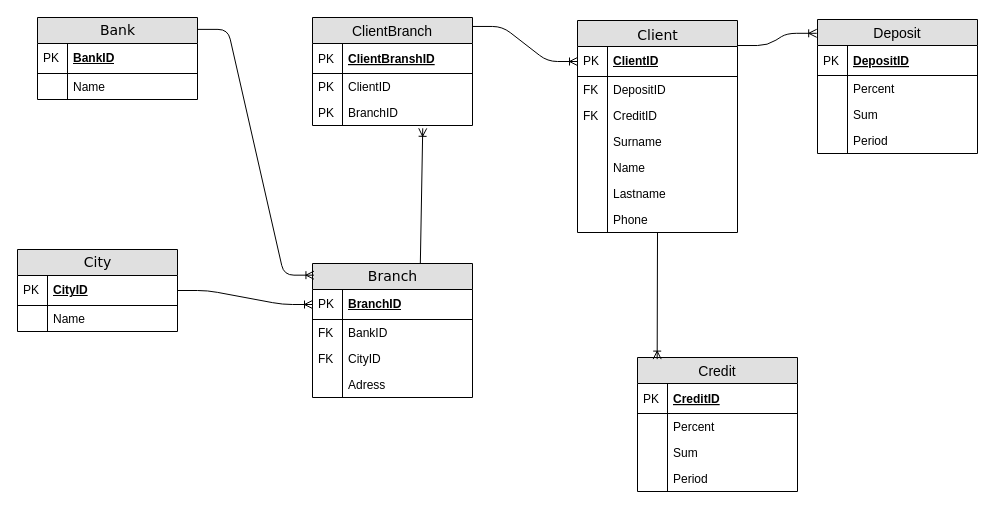
Earlier version of the draw.io diagram Untitled Diagram.drawio (duxa2089/entity-relationship-model). Source tidied: cells renumbered, new cells numbered last; positions are measured from the earlier drawing's top-left corner, leaving out a move shared by most shapes. Both pictures are drawn from the tidied source at 100%, with x=0, y=0 at pixel (17, 17).
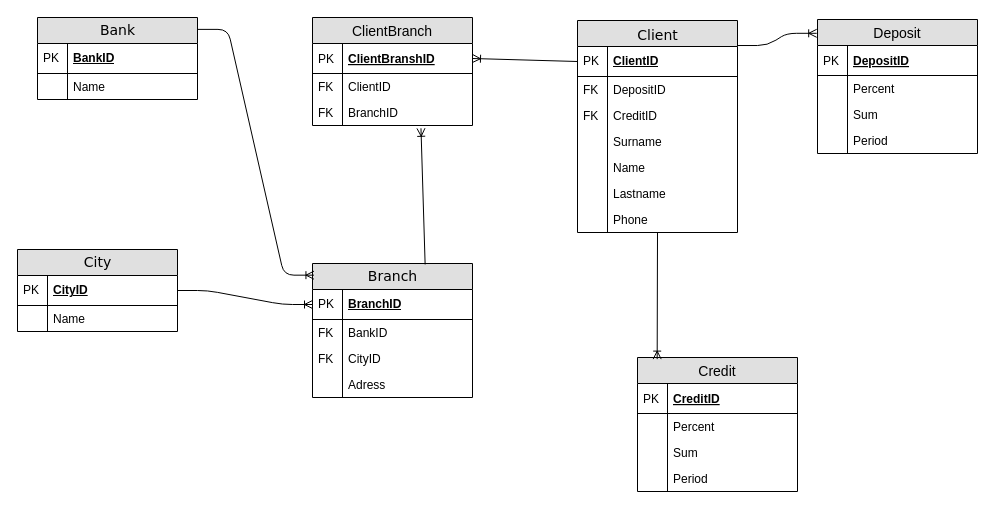
Above is the later version.

The change refers to these unchanged cells:
```xml
<mxCell id="3" value="ClientID" style="shape=partialRectangle;top=0;left=0;right=0;bottom=1;html=1;align=left;verticalAlign=middle;fillColor=none;spacingLeft=34;spacingRight=4;whiteSpace=wrap;overflow=hidden;points=[[0,0.5],[1,0.5]];portConstraint=eastwest;fontStyle=5;" parent="2" vertex="1">
  <mxGeometry y="26" width="160" height="30" as="geometry" />
</mxCell>
<mxCell id="22" value="Branch" style="swimlane;html=1;fontStyle=0;horizontal=1;startSize=26;fillColor=#e0e0e0;swimlaneFillColor=#ffffff;align=center;rounded=0;shadow=0;comic=0;labelBackgroundColor=none;strokeColor=#000000;strokeWidth=1;fontFamily=Verdana;fontSize=14;fontColor=#000000;" parent="1" vertex="1">
  <mxGeometry x="295" y="246" width="160" height="134" as="geometry" />
</mxCell>
<mxCell id="57" value="ClientBranch" style="swimlane;fontStyle=0;horizontal=1;startSize=26;fillColor=#e0e0e0;swimlaneFillColor=#ffffff;align=center;fontSize=14;" parent="1" vertex="1">
  <mxGeometry x="295" width="160" height="108" as="geometry" />
</mxCell>
<mxCell id="58" value="ClientBranshID" style="shape=partialRectangle;top=0;left=0;right=0;bottom=1;align=left;verticalAlign=middle;fillColor=none;spacingLeft=34;spacingRight=4;overflow=hidden;points=[[0,0.5],[1,0.5]];portConstraint=eastwest;fontStyle=5;fontSize=12;" parent="57" vertex="1">
  <mxGeometry y="26" width="160" height="30" as="geometry" />
</mxCell>
<mxCell id="60" value="ClientID" style="shape=partialRectangle;top=0;left=0;right=0;bottom=0;align=left;verticalAlign=top;fillColor=none;spacingLeft=34;spacingRight=4;overflow=hidden;fontSize=12;" parent="57" vertex="1">
  <mxGeometry y="56" width="160" height="26" as="geometry" />
</mxCell>
<mxCell id="62" value="BranchID" style="shape=partialRectangle;top=0;left=0;right=0;bottom=0;align=left;verticalAlign=top;fillColor=none;spacingLeft=34;spacingRight=4;overflow=hidden;points=[[0,0.5],[1,0.5]];portConstraint=eastwest;fontSize=12;" parent="57" vertex="1">
  <mxGeometry y="82" width="160" height="26" as="geometry" />
</mxCell>
```

Diff of the diagram source:
```diff
@@
-    <mxCell id="61" value="PK" style="shape=partialRectangle;top=0;left=0;bottom=0;fillColor=none;align=left;verticalAlign=top;spacingLeft=4;spacingRight=4;overflow=hidden;fontSize=12;" parent="60" vertex="1">
+    <mxCell id="61" value="FK" style="shape=partialRectangle;top=0;left=0;bottom=0;fillColor=none;align=left;verticalAlign=top;spacingLeft=4;spacingRight=4;overflow=hidden;fontSize=12;" parent="60" vertex="1">
       <mxGeometry width="30" height="26" as="geometry" />
     </mxCell>
@@
-    <mxCell id="63" value="PK" style="shape=partialRectangle;top=0;left=0;bottom=0;fillColor=none;align=left;verticalAlign=top;spacingLeft=4;spacingRight=4;overflow=hidden;fontSize=12;" parent="62" vertex="1">
+    <mxCell id="63" value="FK" style="shape=partialRectangle;top=0;left=0;bottom=0;fillColor=none;align=left;verticalAlign=top;spacingLeft=4;spacingRight=4;overflow=hidden;fontSize=12;" parent="62" vertex="1">
       <mxGeometry width="30" height="26" as="geometry" />
     </mxCell>
-    <mxCell id="64" style="edgeStyle=entityRelationEdgeStyle;fontSize=12;html=1;endArrow=ERoneToMany;entryX=0;entryY=0.5;entryDx=0;entryDy=0;exitX=0.999;exitY=0.083;exitDx=0;exitDy=0;exitPerimeter=0;" parent="1" edge="1" source="57" target="3">
-      <mxGeometry relative="1" as="geometry" />
-    </mxCell>
-    <mxCell id="65" style="fontSize=12;html=1;endArrow=ERoneToMany;exitX=0.674;exitY=-0.001;exitDx=0;exitDy=0;exitPerimeter=0;entryX=0.689;entryY=1.108;entryDx=0;entryDy=0;entryPerimeter=0;" parent="1" edge="1" source="22" target="62">
+    <mxCell id="65" style="fontSize=12;html=1;endArrow=ERoneToMany;entryX=0.678;entryY=1.108;entryDx=0;entryDy=0;entryPerimeter=0;exitX=0.704;exitY=0.007;exitDx=0;exitDy=0;exitPerimeter=0;" parent="1" edge="1" source="22" target="62">
       <mxGeometry relative="1" as="geometry" />
     </mxCell>
@@
+    <mxCell id="67" style="fontSize=12;html=1;endArrow=ERoneToMany;entryX=1;entryY=0.5;entryDx=0;entryDy=0;exitX=0;exitY=0.5;exitDx=0;exitDy=0;" parent="1" edge="1" source="3" target="58">
+      <mxGeometry relative="1" as="geometry" />
+    </mxCell>
```
